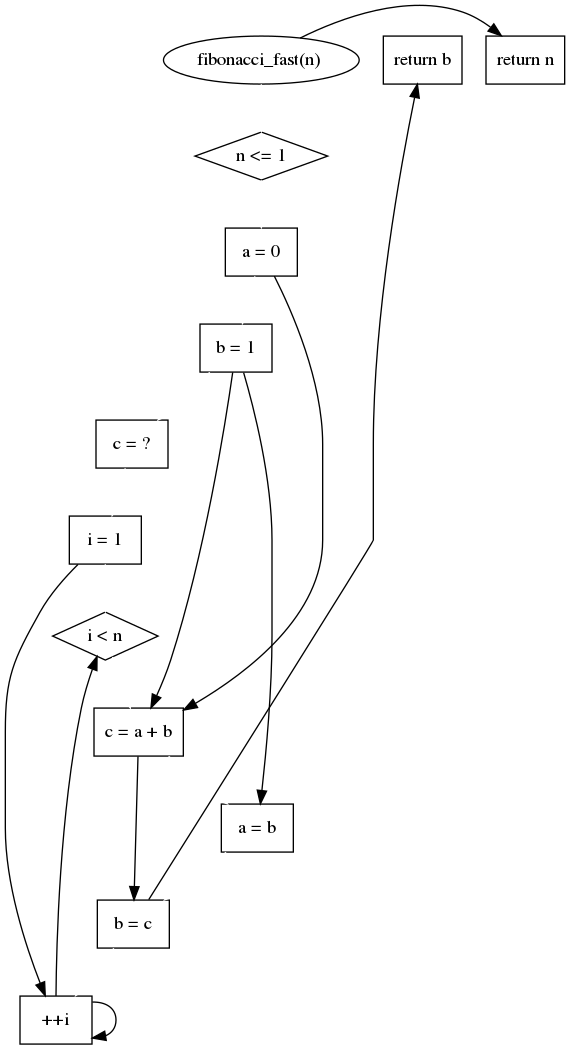
Olshanskaya/data_dependency_graph keeps this Graphviz diagram as ddg.gv.png. Above is the earlier version. Its source is kept beside it as ddg.gv.
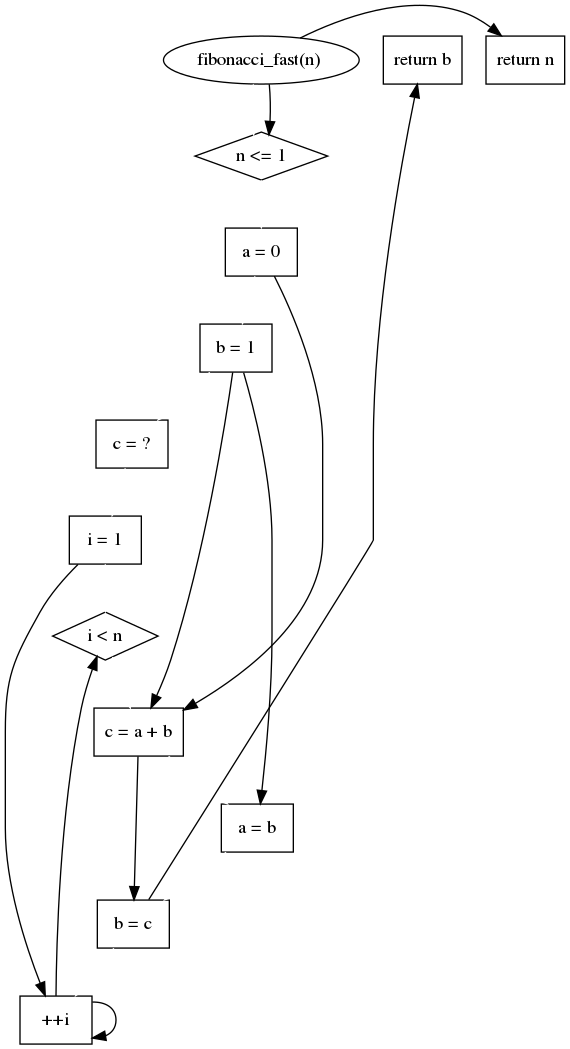
After the change.

Commit message:
add fib norm without decl bin op

Change to the diagram source:
```diff
@@ -2,8 +2,9 @@
 	fun_decl [label="fibonacci_fast(n) "]
 	"n <= 1" [label="n <= 1" shape=diamond]
 	fun_decl -> "n <= 1" [color=white constraint=true]
-	return75 [label="return n" shape=box]
-	fun_decl -> return75 [color=black constraint=false]
+	fun_decl -> "n <= 1" [color=black constraint=true]
+	return47 [label="return n" shape=box]
+	fun_decl -> return47 [color=black constraint=false]
 	a1 [label="a = 0" shape=box]
 	"n <= 1" -> a1 [color=white constraint=true]
 	b1 [label="b = 1" shape=box]
@@ -29,6 +30,6 @@
 	i1 -> i11 [color=black constraint=true]
 	i11 -> i11 [color=black constraint=true]
 	i11 -> "i < n" [color=black constraint=true]
-	return6 [label="return b" shape=box]
-	b11 -> return6 [color=black constraint=false]
+	return54 [label="return b" shape=box]
+	b11 -> return54 [color=black constraint=false]
 }
```
